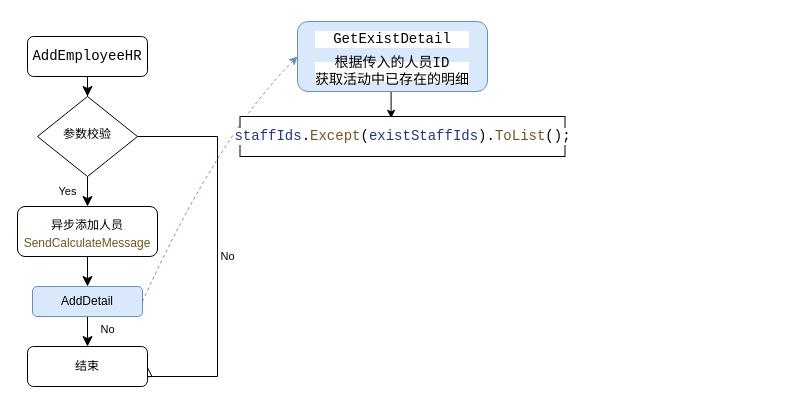
Earlier version of the draw.io diagram test.drawio (wdloveyy/DrawImage). Source tidied: cells renumbered, new cells numbered last; positions are measured from the earlier drawing's top-left corner, leaving out a move shared by most shapes. Both pictures are drawn from the tidied source at 100%, with x=0, y=0 at pixel (17, 21).
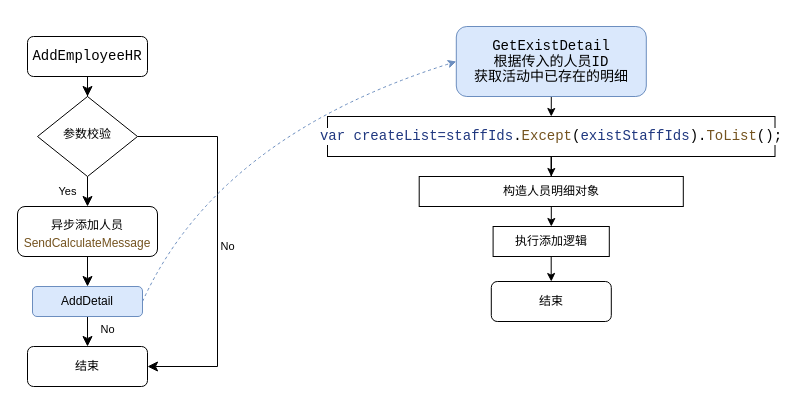
The same diagram, later.

The change refers to these unchanged cells:
```xml
<mxCell id="6" value="参数校验" style="rhombus;whiteSpace=wrap;html=1;shadow=0;fontFamily=Helvetica;fontSize=12;align=center;strokeWidth=1;spacing=6;spacingTop=-4;" parent="1" vertex="1">
  <mxGeometry x="20" y="75" width="100" height="80" as="geometry" />
</mxCell>
<mxCell id="8" value="结束" style="rounded=1;whiteSpace=wrap;html=1;fontSize=12;glass=0;strokeWidth=1;shadow=0;" parent="1" vertex="1">
  <mxGeometry x="10" y="325" width="120" height="40" as="geometry" />
</mxCell>
<mxCell id="11" value="AddDetail" style="whiteSpace=wrap;html=1;rounded=1;glass=0;strokeWidth=1;shadow=0;fontFamily=Helvetica;fontSize=12;fillColor=#dae8fc;strokeColor=#6c8ebf;" parent="1" vertex="1">
  <mxGeometry x="15" y="265" width="110" height="30" as="geometry" />
</mxCell>
```

The edit, as a diff of the source:
```diff
@@
-    <mxCell id="5" value="No" style="edgeStyle=orthogonalEdgeStyle;rounded=0;html=1;jettySize=auto;fontSize=11;endArrow=block;endFill=0;endSize=8;strokeWidth=1;shadow=0;labelBackgroundColor=none;entryX=1;entryY=0.5;entryDx=0;entryDy=0;" parent="1" edge="1" source="6" target="8">
+    <mxCell id="5" value="No" style="edgeStyle=orthogonalEdgeStyle;rounded=0;html=1;jettySize=auto;fontSize=11;endArrow=classic;endFill=1;endSize=8;strokeWidth=1;shadow=0;labelBackgroundColor=none;entryX=1;entryY=0.5;entryDx=0;entryDy=0;" parent="1" edge="1" source="6" target="8">
       <mxGeometry y="10" relative="1" as="geometry">
         <Array as="points">
           <mxPoint x="200" y="115" />
-          <mxPoint x="200" y="355" />
+          <mxPoint x="200" y="345" />
         </Array>
       </mxGeometry>
     </mxCell>
@@
-    <mxCell id="12" style="endArrow=classic;html=1;fontFamily=Helvetica;fontSize=12;exitX=1;exitY=0.5;exitDx=0;exitDy=0;curved=1;dashed=1;fillColor=#dae8fc;strokeColor=#6c8ebf;entryX=0;entryY=0.5;entryDx=0;entryDy=0;" parent="1" edge="1" source="11" target="14">
-      <mxGeometry relative="1" as="geometry">
-        <Array as="points">
-          <mxPoint x="200" y="115" />
-        </Array>
-      </mxGeometry>
-    </mxCell>
-    <mxCell id="13" style="edgeStyle=orthogonalEdgeStyle;rounded=0;jettySize=auto;html=1;exitX=0.5;exitY=1;exitDx=0;exitDy=0;entryX=0.465;entryY=0.045;entryDx=0;entryDy=0;entryPerimeter=0;fontFamily=Helvetica;fontSize=12;endArrow=classic;endFill=1;" parent="1" edge="1" source="14" target="15">
+    <mxCell id="13" style="edgeStyle=orthogonalEdgeStyle;rounded=0;jettySize=auto;html=1;exitX=0.5;exitY=1;exitDx=0;exitDy=0;entryX=0.5;entryY=0;entryDx=0;entryDy=0;endArrow=classic;endFill=1;" parent="1" edge="1" source="14" target="15">
       <mxGeometry relative="1" as="geometry" />
     </mxCell>
-    <mxCell id="14" value="&lt;p style=&quot;line-height: 80%;&quot;&gt;&lt;/p&gt;&lt;pre style=&quot;background-color: rgb(255, 255, 255); font-family: Consolas, monospace; font-size: 10.5pt; line-height: 120%;&quot;&gt;GetExistDetail&lt;/pre&gt;&lt;pre style=&quot;background-color: rgb(255, 255, 255); font-family: Consolas, monospace; font-size: 10.5pt; line-height: 120%;&quot;&gt;&lt;pre style=&quot;font-family: Consolas, monospace; font-size: 10.5pt; line-height: 2.8px;&quot;&gt;根据传入的人员ID&lt;/pre&gt;&lt;pre style=&quot;font-family: Consolas, monospace; font-size: 10.5pt; line-height: 2.8px;&quot;&gt;获取活动中已存在的明细&lt;/pre&gt;&lt;/pre&gt;&lt;p&gt;&lt;/p&gt;" style="rounded=1;whiteSpace=wrap;html=1;fontSize=12;glass=0;strokeWidth=1;shadow=0;fillColor=#dae8fc;strokeColor=#6c8ebf;" parent="1" vertex="1">
-      <mxGeometry x="280" width="190" height="70" as="geometry" />
+    <mxCell id="14" value="&lt;p style=&quot;line-height: 100%;&quot;&gt;&lt;/p&gt;&lt;pre style=&quot;font-family: Consolas, monospace; font-size: 10.5pt; line-height: 20%;&quot;&gt;GetExistDetail&lt;/pre&gt;&lt;pre style=&quot;font-family: Consolas, monospace; font-size: 10.5pt; line-height: 0%;&quot;&gt;&lt;pre style=&quot;font-family: Consolas, monospace; font-size: 10.5pt; line-height: 0%;&quot;&gt;根据传入的人员ID&lt;/pre&gt;&lt;pre style=&quot;font-family: Consolas, monospace; font-size: 10.5pt; line-height: 20%;&quot;&gt;获取活动中已存在的明细&lt;/pre&gt;&lt;/pre&gt;&lt;p&gt;&lt;/p&gt;" style="rounded=1;whiteSpace=wrap;html=1;fontSize=12;glass=0;strokeWidth=1;shadow=0;fillColor=#dae8fc;strokeColor=#6c8ebf;labelBackgroundColor=none;labelBorderColor=none;" parent="1" vertex="1">
+      <mxGeometry x="438.8" y="5" width="190" height="70" as="geometry" />
     </mxCell>
+    <mxCell id="16" style="edgeStyle=orthogonalEdgeStyle;rounded=0;jettySize=auto;html=1;endArrow=classic;endFill=1;" parent="1" edge="1" source="15" target="18">
+      <mxGeometry relative="1" as="geometry" />
+    </mxCell>
-    <mxCell id="15" value="&lt;pre style=&quot;background-color: rgb(255, 255, 255); font-family: Consolas, monospace; font-size: 10.5pt;&quot;&gt;&lt;span style=&quot;color: rgb(31, 55, 127);&quot;&gt;staffIds&lt;/span&gt;.&lt;span style=&quot;color: rgb(116, 83, 31);&quot;&gt;Except&lt;/span&gt;(&lt;span style=&quot;color: rgb(31, 55, 127);&quot;&gt;existStaffIds&lt;/span&gt;).&lt;span style=&quot;color: rgb(116, 83, 31);&quot;&gt;ToList&lt;/span&gt;();&lt;/pre&gt;" style="rounded=0;whiteSpace=wrap;html=1;glass=0;fontFamily=Helvetica;fontSize=12;" parent="1" vertex="1">
-      <mxGeometry x="222.5" y="95" width="325" height="40" as="geometry" />
+    <mxCell id="15" value="&lt;pre style=&quot;background-color: rgb(255, 255, 255); font-family: Consolas, monospace; font-size: 10.5pt;&quot;&gt;&lt;span style=&quot;color: rgb(31, 55, 127);&quot;&gt;var createList=staffIds&lt;/span&gt;.&lt;span style=&quot;color: rgb(116, 83, 31);&quot;&gt;Except&lt;/span&gt;(&lt;span style=&quot;color: rgb(31, 55, 127);&quot;&gt;existStaffIds&lt;/span&gt;).&lt;span style=&quot;color: rgb(116, 83, 31);&quot;&gt;ToList&lt;/span&gt;();&lt;/pre&gt;" style="rounded=0;whiteSpace=wrap;html=1;glass=0;fontFamily=Helvetica;fontSize=12;" parent="1" vertex="1">
+      <mxGeometry x="310" y="95" width="447.5" height="40" as="geometry" />
     </mxCell>
+    <mxCell id="12" style="endArrow=classic;html=1;fontFamily=Helvetica;fontSize=12;exitX=1;exitY=0.5;exitDx=0;exitDy=0;curved=1;dashed=1;fillColor=#dae8fc;strokeColor=#6c8ebf;entryX=0;entryY=0.5;entryDx=0;entryDy=0;" parent="1" edge="1" source="11" target="14">
+      <mxGeometry relative="1" as="geometry">
+        <Array as="points">
+          <mxPoint x="200" y="115" />
+        </Array>
+      </mxGeometry>
+    </mxCell>
+    <mxCell id="17" style="edgeStyle=orthogonalEdgeStyle;rounded=0;jettySize=auto;html=1;endArrow=classic;endFill=1;" parent="1" edge="1" source="18" target="20">
+      <mxGeometry relative="1" as="geometry" />
+    </mxCell>
+    <mxCell id="18" value="构造人员明细对象" style="whiteSpace=wrap;html=1;rounded=0;glass=0;" parent="1" vertex="1">
+      <mxGeometry x="401.7" y="155" width="264.1" height="30" as="geometry" />
+    </mxCell>
+    <mxCell id="19" style="edgeStyle=orthogonalEdgeStyle;rounded=0;jettySize=auto;html=1;exitX=0.5;exitY=1;exitDx=0;exitDy=0;endArrow=classic;endFill=1;" parent="1" edge="1" source="20" target="21">
+      <mxGeometry relative="1" as="geometry" />
+    </mxCell>
+    <mxCell id="20" value="执行添加逻辑" style="whiteSpace=wrap;html=1;rounded=0;glass=0;" parent="1" vertex="1">
+      <mxGeometry x="475.6" y="205" width="116.2" height="30" as="geometry" />
+    </mxCell>
+    <mxCell id="21" value="结束" style="rounded=1;whiteSpace=wrap;html=1;fontSize=12;glass=0;strokeWidth=1;shadow=0;" parent="1" vertex="1">
+      <mxGeometry x="473.8" y="260" width="120" height="40" as="geometry" />
+    </mxCell>
```
